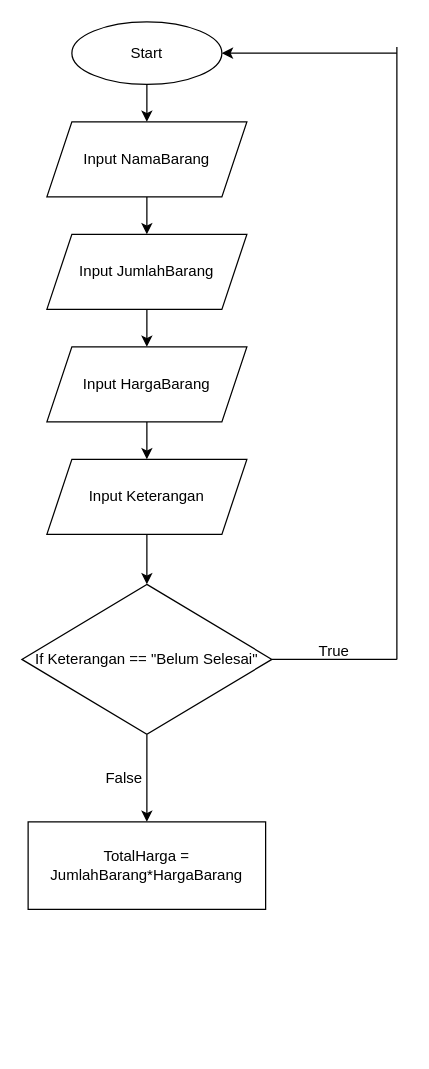
Before: Flowchart.drawio in ahmadf111/ahmad_fajri-aplikasi_mesin_kasir, a draw.io diagram. Source tidied: cells renumbered, new cells numbered last; positions are measured from the earlier drawing's top-left corner, leaving out a move shared by most shapes. Both pictures are drawn from the tidied source at 125%, with x=0, y=0 at pixel (21, 21).
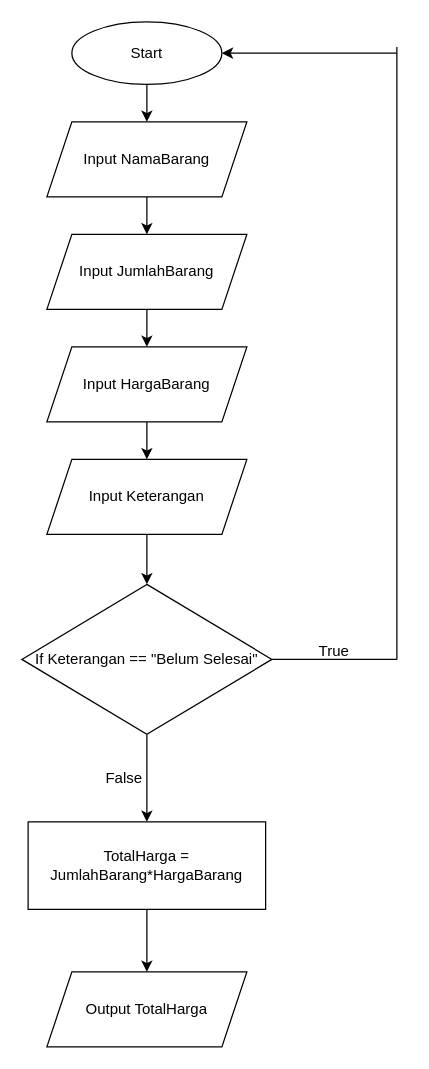
Above is the later version.

Commit message:
Menambahkan Output untuk mencetak TotalHarga pada Flowchart

The change refers to these unchanged cells:
```xml
<mxCell id="19" value="TotalHarga = JumlahBarang*HargaBarang" style="rounded=0;whiteSpace=wrap;html=1;" parent="1" vertex="1">
  <mxGeometry x="5" y="640" width="190" height="70" as="geometry" />
</mxCell>
```

Diff of the diagram source:
```diff
@@
+    <mxCell id="20" style="edgeStyle=none;html=1;exitX=0.5;exitY=1;exitDx=0;exitDy=0;entryX=0.5;entryY=0;entryDx=0;entryDy=0;" parent="1" edge="1" source="19" target="21">
+      <mxGeometry relative="1" as="geometry" />
+    </mxCell>
@@
+    <mxCell id="21" value="Output TotalHarga" style="shape=parallelogram;perimeter=parallelogramPerimeter;whiteSpace=wrap;html=1;fixedSize=1;" parent="1" vertex="1">
+      <mxGeometry x="20" y="760" width="160" height="60" as="geometry" />
+    </mxCell>
```
